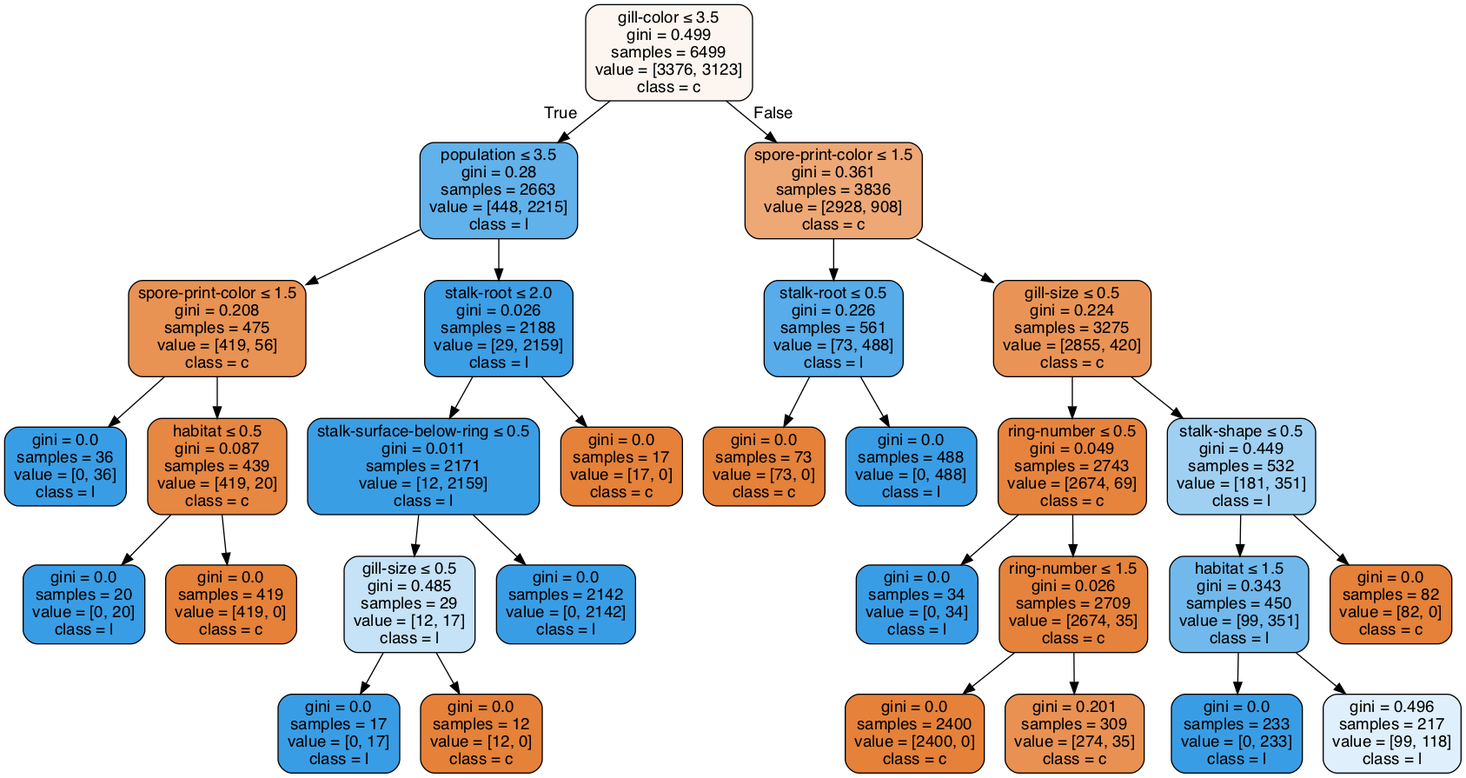
The Graphviz diagram Lab02/clf-max-depth-5.gv.png in anhle199/Intro2AI-HCMUS, before a commit. Its source is kept beside it as Lab02/clf-max-depth-5.gv. The source it was exported from:
```dot
digraph Tree {
node [shape=box, style="filled, rounded", color="black", fontname=helvetica] ;
edge [fontname=helvetica] ;
0 [label=<gill-color &le; 3.5<br/>gini = 0.499<br/>samples = 6499<br/>value = [3376, 3123]<br/>class = c>, fillcolor="#fdf6f0"] ;
1 [label=<population &le; 3.5<br/>gini = 0.28<br/>samples = 2663<br/>value = [448, 2215]<br/>class = l>, fillcolor="#61b1ea"] ;
0 -> 1 [labeldistance=2.5, labelangle=45, headlabel="True"] ;
2 [label=<spore-print-color &le; 1.5<br/>gini = 0.208<br/>samples = 475<br/>value = [419, 56]<br/>class = c>, fillcolor="#e89253"] ;
1 -> 2 ;
3 [label=<gini = 0.0<br/>samples = 36<br/>value = [0, 36]<br/>class = l>, fillcolor="#399de5"] ;
2 -> 3 ;
4 [label=<habitat &le; 0.5<br/>gini = 0.087<br/>samples = 439<br/>value = [419, 20]<br/>class = c>, fillcolor="#e68742"] ;
2 -> 4 ;
5 [label=<gini = 0.0<br/>samples = 20<br/>value = [0, 20]<br/>class = l>, fillcolor="#399de5"] ;
4 -> 5 ;
6 [label=<gini = 0.0<br/>samples = 419<br/>value = [419, 0]<br/>class = c>, fillcolor="#e58139"] ;
4 -> 6 ;
7 [label=<stalk-root &le; 2.0<br/>gini = 0.026<br/>samples = 2188<br/>value = [29, 2159]<br/>class = l>, fillcolor="#3c9ee5"] ;
1 -> 7 ;
8 [label=<stalk-surface-below-ring &le; 0.5<br/>gini = 0.011<br/>samples = 2171<br/>value = [12, 2159]<br/>class = l>, fillcolor="#3a9ee5"] ;
7 -> 8 ;
9 [label=<gill-size &le; 0.5<br/>gini = 0.485<br/>samples = 29<br/>value = [12, 17]<br/>class = l>, fillcolor="#c5e2f7"] ;
8 -> 9 ;
10 [label=<gini = 0.0<br/>samples = 17<br/>value = [0, 17]<br/>class = l>, fillcolor="#399de5"] ;
9 -> 10 ;
11 [label=<gini = 0.0<br/>samples = 12<br/>value = [12, 0]<br/>class = c>, fillcolor="#e58139"] ;
9 -> 11 ;
12 [label=<gini = 0.0<br/>samples = 2142<br/>value = [0, 2142]<br/>class = l>, fillcolor="#399de5"] ;
8 -> 12 ;
13 [label=<gini = 0.0<br/>samples = 17<br/>value = [17, 0]<br/>class = c>, fillcolor="#e58139"] ;
7 -> 13 ;
14 [label=<spore-print-color &le; 1.5<br/>gini = 0.361<br/>samples = 3836<br/>value = [2928, 908]<br/>class = c>, fillcolor="#eda876"] ;
0 -> 14 [labeldistance=2.5, labelangle=-45, headlabel="False"] ;
15 [label=<stalk-root &le; 0.5<br/>gini = 0.226<br/>samples = 561<br/>value = [73, 488]<br/>class = l>, fillcolor="#57ace9"] ;
14 -> 15 ;
16 [label=<gini = 0.0<br/>samples = 73<br/>value = [73, 0]<br/>class = c>, fillcolor="#e58139"] ;
15 -> 16 ;
17 [label=<gini = 0.0<br/>samples = 488<br/>value = [0, 488]<br/>class = l>, fillcolor="#399de5"] ;
15 -> 17 ;
18 [label=<gill-size &le; 0.5<br/>gini = 0.224<br/>samples = 3275<br/>value = [2855, 420]<br/>class = c>, fillcolor="#e99456"] ;
14 -> 18 ;
19 [label=<ring-number &le; 0.5<br/>gini = 0.049<br/>samples = 2743<br/>value = [2674, 69]<br/>class = c>, fillcolor="#e6843e"] ;
18 -> 19 ;
20 [label=<gini = 0.0<br/>samples = 34<br/>value = [0, 34]<br/>class = l>, fillcolor="#399de5"] ;
19 -> 20 ;
21 [label=<ring-number &le; 1.5<br/>gini = 0.026<br/>samples = 2709<br/>value = [2674, 35]<br/>class = c>, fillcolor="#e5833c"] ;
19 -> 21 ;
22 [label=<gini = 0.0<br/>samples = 2400<br/>value = [2400, 0]<br/>class = c>, fillcolor="#e58139"] ;
21 -> 22 ;
23 [label=<gini = 0.201<br/>samples = 309<br/>value = [274, 35]<br/>class = c>, fillcolor="#e89152"] ;
21 -> 23 ;
24 [label=<stalk-shape &le; 0.5<br/>gini = 0.449<br/>samples = 532<br/>value = [181, 351]<br/>class = l>, fillcolor="#9fd0f2"] ;
18 -> 24 ;
25 [label=<habitat &le; 1.5<br/>gini = 0.343<br/>samples = 450<br/>value = [99, 351]<br/>class = l>, fillcolor="#71b9ec"] ;
24 -> 25 ;
26 [label=<gini = 0.0<br/>samples = 233<br/>value = [0, 233]<br/>class = l>, fillcolor="#399de5"] ;
25 -> 26 ;
27 [label=<gini = 0.496<br/>samples = 217<br/>value = [99, 118]<br/>class = l>, fillcolor="#dfeffb"] ;
25 -> 27 ;
28 [label=<gini = 0.0<br/>samples = 82<br/>value = [82, 0]<br/>class = c>, fillcolor="#e58139"] ;
24 -> 28 ;
}
```
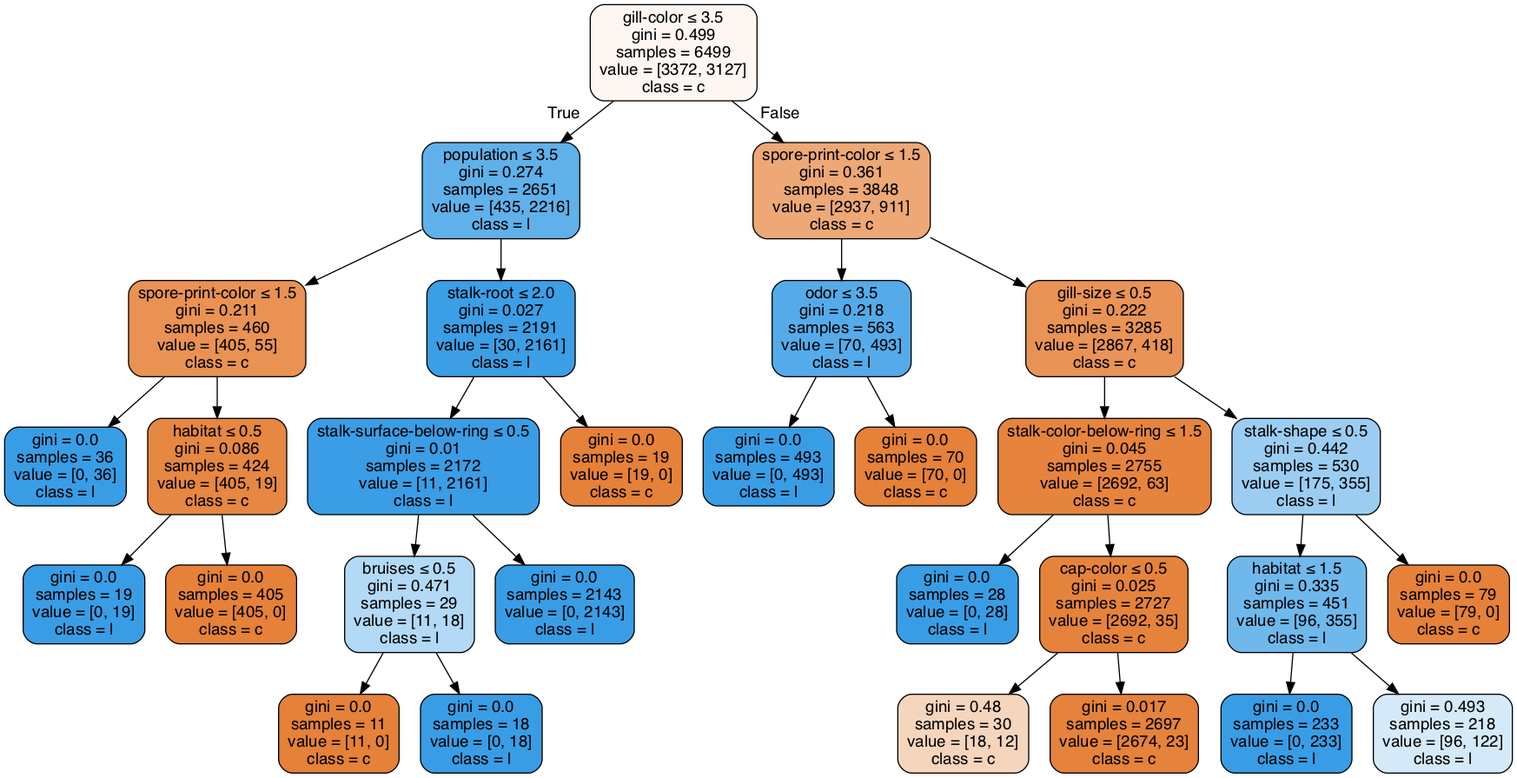
Above is the later version.

Diff of the diagram source:
```diff
@@ -1,61 +1,61 @@
 digraph Tree {
 node [shape=box, style="filled, rounded", color="black", fontname=helvetica] ;
 edge [fontname=helvetica] ;
-0 [label=<gill-color &le; 3.5<br/>gini = 0.499<br/>samples = 6499<br/>value = [3376, 3123]<br/>class = c>, fillcolor="#fdf6f0"] ;
-1 [label=<population &le; 3.5<br/>gini = 0.28<br/>samples = 2663<br/>value = [448, 2215]<br/>class = l>, fillcolor="#61b1ea"] ;
+0 [label=<gill-color &le; 3.5<br/>gini = 0.499<br/>samples = 6499<br/>value = [3372, 3127]<br/>class = c>, fillcolor="#fdf6f1"] ;
+1 [label=<population &le; 3.5<br/>gini = 0.274<br/>samples = 2651<br/>value = [435, 2216]<br/>class = l>, fillcolor="#60b0ea"] ;
 0 -> 1 [labeldistance=2.5, labelangle=45, headlabel="True"] ;
-2 [label=<spore-print-color &le; 1.5<br/>gini = 0.208<br/>samples = 475<br/>value = [419, 56]<br/>class = c>, fillcolor="#e89253"] ;
+2 [label=<spore-print-color &le; 1.5<br/>gini = 0.211<br/>samples = 460<br/>value = [405, 55]<br/>class = c>, fillcolor="#e99254"] ;
 1 -> 2 ;
 3 [label=<gini = 0.0<br/>samples = 36<br/>value = [0, 36]<br/>class = l>, fillcolor="#399de5"] ;
 2 -> 3 ;
-4 [label=<habitat &le; 0.5<br/>gini = 0.087<br/>samples = 439<br/>value = [419, 20]<br/>class = c>, fillcolor="#e68742"] ;
+4 [label=<habitat &le; 0.5<br/>gini = 0.086<br/>samples = 424<br/>value = [405, 19]<br/>class = c>, fillcolor="#e68742"] ;
 2 -> 4 ;
-5 [label=<gini = 0.0<br/>samples = 20<br/>value = [0, 20]<br/>class = l>, fillcolor="#399de5"] ;
+5 [label=<gini = 0.0<br/>samples = 19<br/>value = [0, 19]<br/>class = l>, fillcolor="#399de5"] ;
 4 -> 5 ;
-6 [label=<gini = 0.0<br/>samples = 419<br/>value = [419, 0]<br/>class = c>, fillcolor="#e58139"] ;
+6 [label=<gini = 0.0<br/>samples = 405<br/>value = [405, 0]<br/>class = c>, fillcolor="#e58139"] ;
 4 -> 6 ;
-7 [label=<stalk-root &le; 2.0<br/>gini = 0.026<br/>samples = 2188<br/>value = [29, 2159]<br/>class = l>, fillcolor="#3c9ee5"] ;
+7 [label=<stalk-root &le; 2.0<br/>gini = 0.027<br/>samples = 2191<br/>value = [30, 2161]<br/>class = l>, fillcolor="#3c9ee5"] ;
 1 -> 7 ;
-8 [label=<stalk-surface-below-ring &le; 0.5<br/>gini = 0.011<br/>samples = 2171<br/>value = [12, 2159]<br/>class = l>, fillcolor="#3a9ee5"] ;
+8 [label=<stalk-surface-below-ring &le; 0.5<br/>gini = 0.01<br/>samples = 2172<br/>value = [11, 2161]<br/>class = l>, fillcolor="#3a9de5"] ;
 7 -> 8 ;
-9 [label=<gill-size &le; 0.5<br/>gini = 0.485<br/>samples = 29<br/>value = [12, 17]<br/>class = l>, fillcolor="#c5e2f7"] ;
+9 [label=<bruises &le; 0.5<br/>gini = 0.471<br/>samples = 29<br/>value = [11, 18]<br/>class = l>, fillcolor="#b2d9f5"] ;
 8 -> 9 ;
-10 [label=<gini = 0.0<br/>samples = 17<br/>value = [0, 17]<br/>class = l>, fillcolor="#399de5"] ;
+10 [label=<gini = 0.0<br/>samples = 11<br/>value = [11, 0]<br/>class = c>, fillcolor="#e58139"] ;
 9 -> 10 ;
-11 [label=<gini = 0.0<br/>samples = 12<br/>value = [12, 0]<br/>class = c>, fillcolor="#e58139"] ;
+11 [label=<gini = 0.0<br/>samples = 18<br/>value = [0, 18]<br/>class = l>, fillcolor="#399de5"] ;
 9 -> 11 ;
-12 [label=<gini = 0.0<br/>samples = 2142<br/>value = [0, 2142]<br/>class = l>, fillcolor="#399de5"] ;
+12 [label=<gini = 0.0<br/>samples = 2143<br/>value = [0, 2143]<br/>class = l>, fillcolor="#399de5"] ;
 8 -> 12 ;
-13 [label=<gini = 0.0<br/>samples = 17<br/>value = [17, 0]<br/>class = c>, fillcolor="#e58139"] ;
+13 [label=<gini = 0.0<br/>samples = 19<br/>value = [19, 0]<br/>class = c>, fillcolor="#e58139"] ;
 7 -> 13 ;
-14 [label=<spore-print-color &le; 1.5<br/>gini = 0.361<br/>samples = 3836<br/>value = [2928, 908]<br/>class = c>, fillcolor="#eda876"] ;
+14 [label=<spore-print-color &le; 1.5<br/>gini = 0.361<br/>samples = 3848<br/>value = [2937, 911]<br/>class = c>, fillcolor="#eda876"] ;
 0 -> 14 [labeldistance=2.5, labelangle=-45, headlabel="False"] ;
-15 [label=<stalk-root &le; 0.5<br/>gini = 0.226<br/>samples = 561<br/>value = [73, 488]<br/>class = l>, fillcolor="#57ace9"] ;
+15 [label=<odor &le; 3.5<br/>gini = 0.218<br/>samples = 563<br/>value = [70, 493]<br/>class = l>, fillcolor="#55abe9"] ;
 14 -> 15 ;
-16 [label=<gini = 0.0<br/>samples = 73<br/>value = [73, 0]<br/>class = c>, fillcolor="#e58139"] ;
+16 [label=<gini = 0.0<br/>samples = 493<br/>value = [0, 493]<br/>class = l>, fillcolor="#399de5"] ;
 15 -> 16 ;
-17 [label=<gini = 0.0<br/>samples = 488<br/>value = [0, 488]<br/>class = l>, fillcolor="#399de5"] ;
+17 [label=<gini = 0.0<br/>samples = 70<br/>value = [70, 0]<br/>class = c>, fillcolor="#e58139"] ;
 15 -> 17 ;
-18 [label=<gill-size &le; 0.5<br/>gini = 0.224<br/>samples = 3275<br/>value = [2855, 420]<br/>class = c>, fillcolor="#e99456"] ;
+18 [label=<gill-size &le; 0.5<br/>gini = 0.222<br/>samples = 3285<br/>value = [2867, 418]<br/>class = c>, fillcolor="#e99356"] ;
 14 -> 18 ;
-19 [label=<ring-number &le; 0.5<br/>gini = 0.049<br/>samples = 2743<br/>value = [2674, 69]<br/>class = c>, fillcolor="#e6843e"] ;
+19 [label=<stalk-color-below-ring &le; 1.5<br/>gini = 0.045<br/>samples = 2755<br/>value = [2692, 63]<br/>class = c>, fillcolor="#e6843e"] ;
 18 -> 19 ;
-20 [label=<gini = 0.0<br/>samples = 34<br/>value = [0, 34]<br/>class = l>, fillcolor="#399de5"] ;
+20 [label=<gini = 0.0<br/>samples = 28<br/>value = [0, 28]<br/>class = l>, fillcolor="#399de5"] ;
 19 -> 20 ;
-21 [label=<ring-number &le; 1.5<br/>gini = 0.026<br/>samples = 2709<br/>value = [2674, 35]<br/>class = c>, fillcolor="#e5833c"] ;
+21 [label=<cap-color &le; 0.5<br/>gini = 0.025<br/>samples = 2727<br/>value = [2692, 35]<br/>class = c>, fillcolor="#e5833c"] ;
 19 -> 21 ;
-22 [label=<gini = 0.0<br/>samples = 2400<br/>value = [2400, 0]<br/>class = c>, fillcolor="#e58139"] ;
+22 [label=<gini = 0.48<br/>samples = 30<br/>value = [18, 12]<br/>class = c>, fillcolor="#f6d5bd"] ;
 21 -> 22 ;
-23 [label=<gini = 0.201<br/>samples = 309<br/>value = [274, 35]<br/>class = c>, fillcolor="#e89152"] ;
+23 [label=<gini = 0.017<br/>samples = 2697<br/>value = [2674, 23]<br/>class = c>, fillcolor="#e5823b"] ;
 21 -> 23 ;
-24 [label=<stalk-shape &le; 0.5<br/>gini = 0.449<br/>samples = 532<br/>value = [181, 351]<br/>class = l>, fillcolor="#9fd0f2"] ;
+24 [label=<stalk-shape &le; 0.5<br/>gini = 0.442<br/>samples = 530<br/>value = [175, 355]<br/>class = l>, fillcolor="#9bcdf2"] ;
 18 -> 24 ;
-25 [label=<habitat &le; 1.5<br/>gini = 0.343<br/>samples = 450<br/>value = [99, 351]<br/>class = l>, fillcolor="#71b9ec"] ;
+25 [label=<habitat &le; 1.5<br/>gini = 0.335<br/>samples = 451<br/>value = [96, 355]<br/>class = l>, fillcolor="#6fb8ec"] ;
 24 -> 25 ;
 26 [label=<gini = 0.0<br/>samples = 233<br/>value = [0, 233]<br/>class = l>, fillcolor="#399de5"] ;
 25 -> 26 ;
-27 [label=<gini = 0.496<br/>samples = 217<br/>value = [99, 118]<br/>class = l>, fillcolor="#dfeffb"] ;
+27 [label=<gini = 0.493<br/>samples = 218<br/>value = [96, 122]<br/>class = l>, fillcolor="#d5eaf9"] ;
 25 -> 27 ;
-28 [label=<gini = 0.0<br/>samples = 82<br/>value = [82, 0]<br/>class = c>, fillcolor="#e58139"] ;
+28 [label=<gini = 0.0<br/>samples = 79<br/>value = [79, 0]<br/>class = c>, fillcolor="#e58139"] ;
 24 -> 28 ;
 }
```
